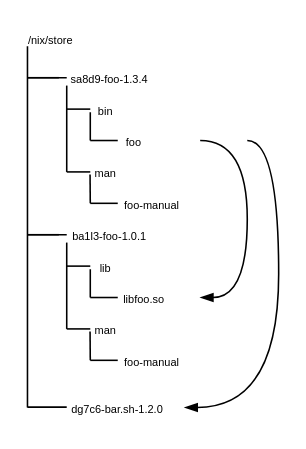
Before: thesis/src/diagrams/nix-filesystem.drawio in EphraimSiegfried/bachelor-thesis, a draw.io diagram. Source tidied: cells renumbered, new cells numbered last; positions are measured from the earlier drawing's top-left corner, leaving out a move shared by most shapes. Both pictures are drawn from the tidied source at 157%, with x=0, y=0 at pixel (27, 30).
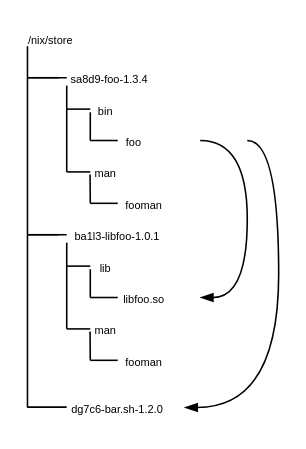
After the change.

What changed in the source:
```diff
@@
-    <mxCell id="17" value="&lt;font style=&quot;font-size: 7px;&quot;&gt;foo-manual&lt;/font&gt;" style="text;html=1;whiteSpace=wrap;strokeColor=none;fillColor=none;align=center;verticalAlign=middle;rounded=0;" parent="1" vertex="1">
-      <mxGeometry x="57.5" y="100" width="42.5" height="20" as="geometry" />
+    <mxCell id="17" value="&lt;font style=&quot;font-size: 7px;&quot;&gt;fooman&lt;/font&gt;" style="text;html=1;whiteSpace=wrap;strokeColor=none;fillColor=none;align=center;verticalAlign=middle;rounded=0;" parent="1" vertex="1">
+      <mxGeometry x="52.5" y="100" width="42.5" height="20" as="geometry" />
     </mxCell>
@@
-    <mxCell id="23" value="&lt;span style=&quot;font-size: 7px;&quot;&gt;ba1l3-foo-1.0.1&lt;/span&gt;" style="text;html=1;whiteSpace=wrap;strokeColor=none;fillColor=none;align=center;verticalAlign=middle;rounded=0;" parent="1" vertex="1">
-      <mxGeometry x="25" y="120" width="55" height="20" as="geometry" />
+    <mxCell id="23" value="&lt;span style=&quot;font-size: 7px;&quot;&gt;ba1l3-libfoo-1.0.1&lt;/span&gt;" style="text;html=1;whiteSpace=wrap;strokeColor=none;fillColor=none;align=center;verticalAlign=middle;rounded=0;" parent="1" vertex="1">
+      <mxGeometry x="25" y="120" width="65" height="20" as="geometry" />
     </mxCell>
@@
-    <mxCell id="33" value="&lt;font style=&quot;font-size: 7px;&quot;&gt;foo-manual&lt;/font&gt;" style="text;html=1;whiteSpace=wrap;strokeColor=none;fillColor=none;align=center;verticalAlign=middle;rounded=0;" parent="1" vertex="1">
-      <mxGeometry x="57.5" y="200" width="42.5" height="20" as="geometry" />
+    <mxCell id="33" value="&lt;font style=&quot;font-size: 7px;&quot;&gt;fooman&lt;/font&gt;" style="text;html=1;whiteSpace=wrap;strokeColor=none;fillColor=none;align=center;verticalAlign=middle;rounded=0;" parent="1" vertex="1">
+      <mxGeometry x="52.5" y="200" width="42.5" height="20" as="geometry" />
     </mxCell>
```
